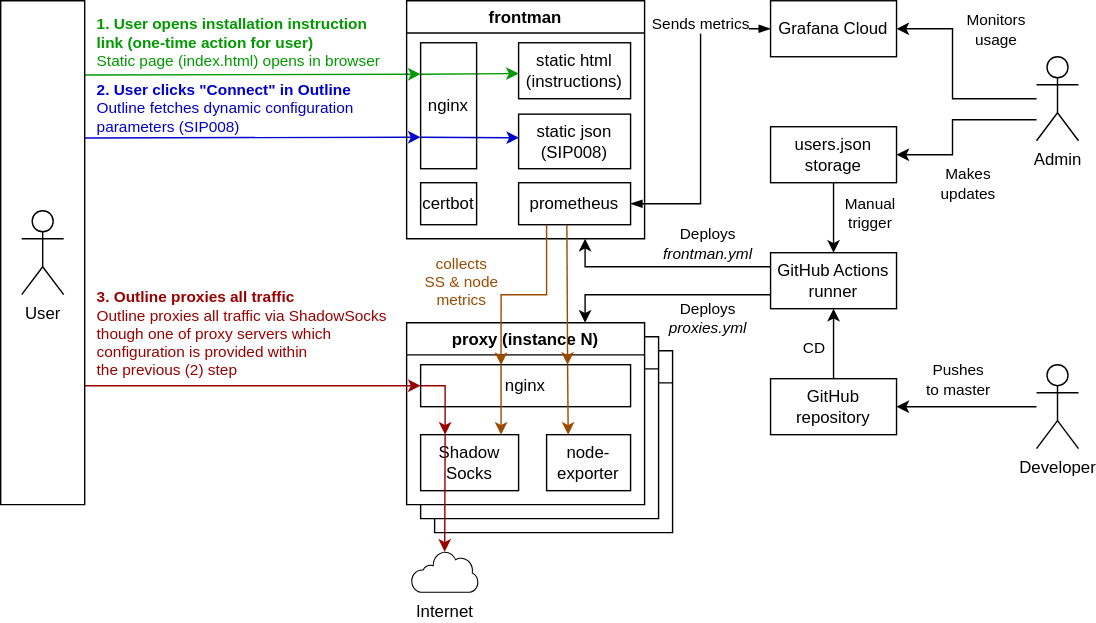
Earlier version of the draw.io export diagram.svg (ed-asriyan/proxy-server). Source tidied: cells renumbered, new cells last; positions are measured from the earlier drawing's top-left corner, leaving out a move shared by most shapes.
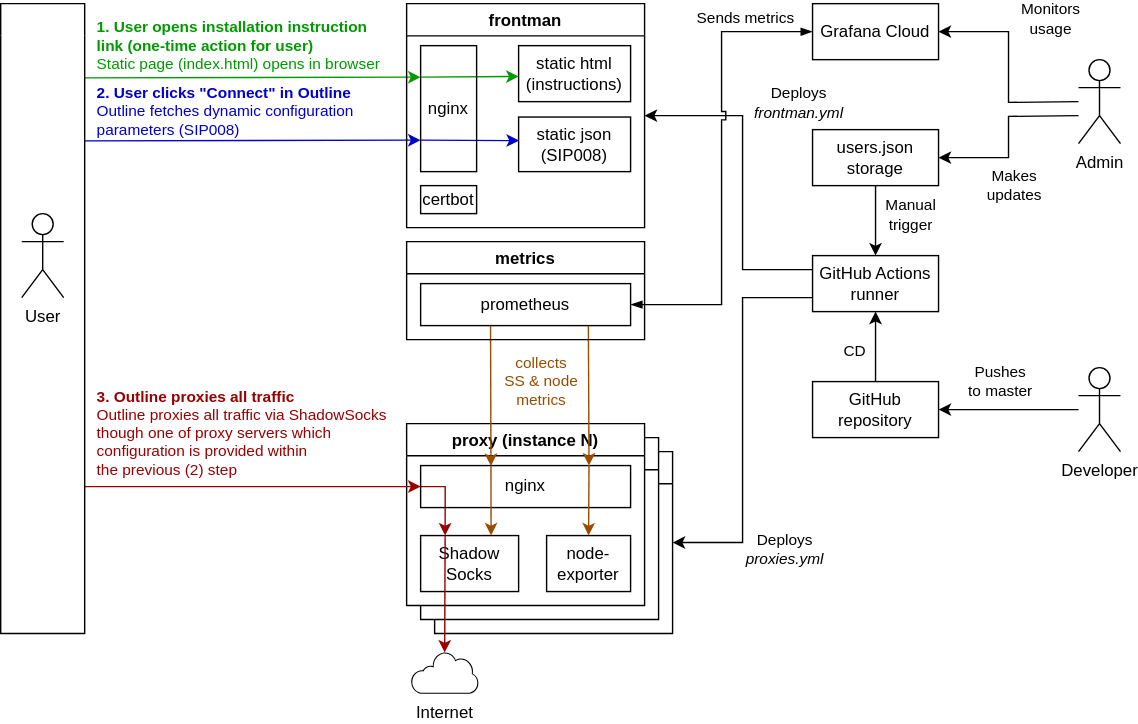
The same diagram one commit later.

Commit message:
Move prometheus in new "metrics" host

Diff of the diagram source:
```diff
@@ -3,17 +3,22 @@
     <mxCell id="0" />
     <mxCell id="1" parent="0" />
     <mxCell id="2" value="proxy (instance N-2)" style="swimlane;fillColor=default;labelBackgroundColor=none;gradientColor=none;swimlaneFillColor=#FFFFFF;" parent="1" vertex="1">
-      <mxGeometry x="310" y="250" width="170" height="130" as="geometry" />
+      <mxGeometry x="310" y="320" width="170" height="130" as="geometry" />
     </mxCell>
     <mxCell id="3" value="proxy (instance N-1)" style="swimlane;fillColor=default;labelBackgroundColor=none;gradientColor=none;swimlaneFillColor=#FFFFFF;" parent="1" vertex="1">
-      <mxGeometry x="300" y="240" width="170" height="130" as="geometry" />
+      <mxGeometry x="300" y="310" width="170" height="130" as="geometry" />
     </mxCell>
-    <mxCell id="4" style="endArrow=classic;html=1;rounded=0;exitX=0;exitY=0.25;exitDx=0;exitDy=0;edgeStyle=orthogonalEdgeStyle;entryX=0.75;entryY=1;entryDx=0;entryDy=0;" parent="1" edge="1" source="40" target="19">
-      <mxGeometry relative="1" as="geometry" />
+    <mxCell id="4" style="endArrow=classic;html=1;rounded=0;exitX=0;exitY=0.25;exitDx=0;exitDy=0;edgeStyle=orthogonalEdgeStyle;entryX=1;entryY=0.5;entryDx=0;entryDy=0;" parent="1" edge="1" source="40" target="19">
+      <mxGeometry relative="1" as="geometry">
+        <Array as="points">
+          <mxPoint x="530" y="190" />
+          <mxPoint x="530" y="80" />
+        </Array>
+      </mxGeometry>
     </mxCell>
     <mxCell id="5" value="Deploys&lt;br&gt;&lt;i&gt;frontman.yml&lt;/i&gt;" style="edgeLabel;html=1;align=center;verticalAlign=middle;labelBackgroundColor=default;" parent="4" vertex="1">
       <mxGeometry x="0.16" y="-1" relative="1" as="geometry">
-        <mxPoint x="43" y="-16" as="offset" />
+        <mxPoint x="39" y="-36" as="offset" />
       </mxGeometry>
     </mxCell>
     <mxCell id="6" style="endArrow=classic;html=1;rounded=0;fontColor=#009900;strokeColor=#009900;entryX=0;entryY=0.25;entryDx=0;entryDy=0;" parent="1" edge="1" target="24">
@@ -37,7 +42,7 @@
       </mxGeometry>
     </mxCell>
     <mxCell id="10" value="proxy (instance N)" style="swimlane;fillColor=default;labelBackgroundColor=none;gradientColor=none;swimlaneFillColor=#FFFFFF;" parent="1" vertex="1">
-      <mxGeometry x="290" y="230" width="170" height="130" as="geometry" />
+      <mxGeometry x="290" y="300" width="170" height="130" as="geometry" />
     </mxCell>
     <mxCell id="11" value="&lt;div&gt;Shadow&lt;/div&gt;&lt;div&gt;Socks&lt;/div&gt;" style="whiteSpace=wrap;html=1;fillColor=none;" parent="10" vertex="1">
       <mxGeometry x="10" y="80" width="70" height="40" as="geometry" />
@@ -51,17 +56,15 @@
     <mxCell id="14" value="nginx" style="rounded=0;whiteSpace=wrap;html=1;fillColor=none;" parent="10" vertex="1">
       <mxGeometry x="10" y="30" width="150" height="30" as="geometry" />
     </mxCell>
-    <mxCell id="15" style="endArrow=classic;html=1;rounded=0;strokeColor=#994C00;entryX=0.821;entryY=0.002;entryDx=0;entryDy=0;exitX=0.383;exitY=0.014;exitDx=0;exitDy=0;exitPerimeter=0;entryPerimeter=0;" parent="10" edge="1" source="14" target="11">
+    <mxCell id="15" style="endArrow=classic;html=1;rounded=0;strokeColor=#994C00;exitX=0.335;exitY=0.015;exitDx=0;exitDy=0;exitPerimeter=0;entryX=0.719;entryY=-0.001;entryDx=0;entryDy=0;entryPerimeter=0;" parent="10" edge="1" source="14" target="11">
       <mxGeometry relative="1" as="geometry" />
     </mxCell>
-    <mxCell id="16" style="endArrow=classic;html=1;rounded=0;strokeColor=#994C00;entryX=0.257;entryY=0.001;entryDx=0;entryDy=0;entryPerimeter=0;" parent="10" edge="1" target="12">
-      <mxGeometry relative="1" as="geometry">
-        <mxPoint x="115" y="30" as="sourcePoint" />
-      </mxGeometry>
+    <mxCell id="16" style="endArrow=classic;html=1;rounded=0;strokeColor=#994C00;entryX=0.5;entryY=0;entryDx=0;entryDy=0;exitX=0.802;exitY=-0.013;exitDx=0;exitDy=0;exitPerimeter=0;" parent="10" edge="1" source="14" target="12">
+      <mxGeometry relative="1" as="geometry" />
     </mxCell>
     <mxCell id="17" style="endArrow=classic;html=1;rounded=0;entryX=0;entryY=0.5;entryDx=0;entryDy=0;fontColor=#990000;strokeColor=#990000;" parent="1" edge="1" target="14">
       <mxGeometry relative="1" as="geometry">
-        <mxPoint x="60" y="275" as="sourcePoint" />
+        <mxPoint x="60" y="345" as="sourcePoint" />
       </mxGeometry>
     </mxCell>
     <mxCell id="18" value="&lt;div style=&quot;&quot;&gt;&lt;b&gt;3. Outline proxies all traffic&amp;nbsp;&lt;/b&gt;&lt;/div&gt;&lt;div style=&quot;&quot;&gt;Outline proxies all traffic via ShadowSocks&lt;/div&gt;&lt;div style=&quot;&quot;&gt;though one of proxy servers which&lt;/div&gt;&lt;div style=&quot;&quot;&gt;configuration is provided within&lt;/div&gt;&lt;div style=&quot;&quot;&gt;the previous (2) step&lt;/div&gt;" style="edgeLabel;html=1;align=left;verticalAlign=middle;fontColor=#990000;labelBackgroundColor=none;" parent="17" vertex="1">
@@ -70,7 +73,7 @@
       </mxGeometry>
     </mxCell>
     <mxCell id="19" value="frontman" style="swimlane;strokeColor=default;swimlaneLine=1;fillColor=none;labelBackgroundColor=none;" parent="1" vertex="1">
-      <mxGeometry x="290" width="170" height="170" as="geometry" />
+      <mxGeometry x="290" width="170" height="160" as="geometry" />
     </mxCell>
     <mxCell id="20" value="static html (instructions)" style="whiteSpace=wrap;html=1;fillColor=none;" parent="19" vertex="1">
       <mxGeometry x="80" y="30" width="80" height="40" as="geometry" />
@@ -87,22 +90,17 @@
     <mxCell id="24" value="nginx" style="rounded=0;whiteSpace=wrap;html=1;fillColor=none;" parent="19" vertex="1">
       <mxGeometry x="10" y="30" width="40" height="90" as="geometry" />
     </mxCell>
-    <mxCell id="25" value="prometheus" style="whiteSpace=wrap;html=1;fillColor=none;" parent="19" vertex="1">
-      <mxGeometry x="80" y="130" width="80" height="30" as="geometry" />
-    </mxCell>
     <mxCell id="26" value="certbot" style="rounded=0;whiteSpace=wrap;html=1;fillColor=none;" parent="19" vertex="1">
-      <mxGeometry x="10" y="130" width="40" height="30" as="geometry" />
+      <mxGeometry x="10" y="130" width="40" height="20" as="geometry" />
     </mxCell>
     <mxCell id="27" style="swimlane;strokeColor=default;swimlaneLine=0;fillColor=none;labelBackgroundColor=default;" parent="1" vertex="1">
-      <mxGeometry width="60" height="360" as="geometry" />
+      <mxGeometry width="60" height="450" as="geometry" />
     </mxCell>
     <mxCell id="28" value="User" style="shape=umlActor;verticalLabelPosition=bottom;verticalAlign=top;html=1;fillColor=none;" parent="27" vertex="1">
       <mxGeometry x="15" y="150" width="30" height="60" as="geometry" />
     </mxCell>
     <mxCell id="29" value="Sends metrics" style="edgeStyle=orthogonalEdgeStyle;rounded=0;jettySize=auto;html=1;entryX=1;entryY=0.5;entryDx=0;entryDy=0;jumpStyle=sharp;startArrow=blockThin;startFill=1;endArrow=blockThin;endFill=1;exitX=0;exitY=0.5;exitDx=0;exitDy=0;labelBackgroundColor=default;" parent="1" edge="1" source="42" target="25">
-      <mxGeometry x="-0.49" y="-10" relative="1" as="geometry">
-        <mxPoint x="10" y="-10" as="offset" />
-      </mxGeometry>
+      <mxGeometry x="-0.7" y="-10" relative="1" as="geometry" />
     </mxCell>
     <mxCell id="30" style="edgeStyle=orthogonalEdgeStyle;rounded=0;jettySize=auto;html=1;entryX=0.5;entryY=1;entryDx=0;entryDy=0;exitX=0.5;exitY=0;exitDx=0;exitDy=0;" parent="1" edge="1" source="41" target="40">
       <mxGeometry relative="1" as="geometry" />
@@ -112,23 +110,20 @@
         <mxPoint x="-13" y="-2" as="offset" />
       </mxGeometry>
     </mxCell>
-    <mxCell id="32" style="endArrow=classic;html=1;rounded=0;entryX=0.75;entryY=0;entryDx=0;entryDy=0;exitX=0;exitY=0.75;exitDx=0;exitDy=0;edgeStyle=orthogonalEdgeStyle;" parent="1" edge="1" source="40" target="10">
+    <mxCell id="32" style="endArrow=classic;html=1;rounded=0;entryX=1;entryY=0.5;entryDx=0;entryDy=0;exitX=0;exitY=0.75;exitDx=0;exitDy=0;edgeStyle=orthogonalEdgeStyle;" parent="1" edge="1" source="40" target="2">
       <mxGeometry relative="1" as="geometry" />
     </mxCell>
     <mxCell id="33" value="Deploys&lt;br&gt;&lt;i&gt;proxies.yml&lt;/i&gt;" style="edgeLabel;html=1;align=center;verticalAlign=middle;labelBackgroundColor=default;" parent="32" vertex="1">
       <mxGeometry x="-0.04" y="1" relative="1" as="geometry">
-        <mxPoint x="27" y="15" as="offset" />
+        <mxPoint x="29" y="98" as="offset" />
       </mxGeometry>
     </mxCell>
     <mxCell id="34" value="Admin" style="shape=umlActor;verticalLabelPosition=bottom;verticalAlign=top;html=1;fillColor=none;" parent="1" vertex="1">
-      <mxGeometry x="740" y="40" width="30" height="60" as="geometry" />
+      <mxGeometry x="770" y="40" width="30" height="60" as="geometry" />
     </mxCell>
-    <mxCell id="35" style="endArrow=classic;html=1;rounded=0;entryX=1;entryY=0.5;entryDx=0;entryDy=0;edgeStyle=orthogonalEdgeStyle;" parent="1" edge="1" source="34" target="42">
+    <mxCell id="35" style="endArrow=classic;html=1;rounded=0;entryX=1;entryY=0.5;entryDx=0;entryDy=0;edgeStyle=orthogonalEdgeStyle;" parent="1" edge="1" target="42">
       <mxGeometry relative="1" as="geometry">
-        <Array as="points">
-          <mxPoint x="680" y="70" />
-          <mxPoint x="680" y="20" />
-        </Array>
+        <mxPoint x="770" y="70" as="sourcePoint" />
       </mxGeometry>
     </mxCell>
     <mxCell id="36" value="Monitors&lt;br&gt;usage" style="edgeLabel;html=1;align=center;verticalAlign=middle;" parent="35" vertex="1">
@@ -137,7 +132,7 @@
       </mxGeometry>
     </mxCell>
     <mxCell id="37" value="Developer" style="shape=umlActor;verticalLabelPosition=bottom;verticalAlign=top;html=1;fillColor=none;" parent="1" vertex="1">
-      <mxGeometry x="740" y="260" width="30" height="60" as="geometry" />
+      <mxGeometry x="770" y="260" width="30" height="60" as="geometry" />
     </mxCell>
     <mxCell id="38" style="endArrow=classic;html=1;rounded=0;entryX=1;entryY=0.5;entryDx=0;entryDy=0;" parent="1" edge="1" source="37" target="41">
       <mxGeometry relative="1" as="geometry" />
@@ -148,30 +143,27 @@
       </mxGeometry>
     </mxCell>
     <mxCell id="40" value="GitHub Actions&lt;br&gt;runner" style="rounded=0;whiteSpace=wrap;html=1;fillColor=none;" parent="1" vertex="1">
-      <mxGeometry x="550" y="180" width="90" height="40" as="geometry" />
+      <mxGeometry x="580" y="180" width="90" height="40" as="geometry" />
     </mxCell>
     <mxCell id="41" value="GitHub&lt;br&gt;repository" style="rounded=0;whiteSpace=wrap;html=1;fillColor=none;" parent="1" vertex="1">
-      <mxGeometry x="550" y="270" width="90" height="40" as="geometry" />
+      <mxGeometry x="580" y="270" width="90" height="40" as="geometry" />
     </mxCell>
     <mxCell id="42" value="Grafana Cloud" style="rounded=0;whiteSpace=wrap;html=1;fillColor=none;" parent="1" vertex="1">
-      <mxGeometry x="550" width="90" height="40" as="geometry" />
+      <mxGeometry x="580" width="90" height="40" as="geometry" />
     </mxCell>
-    <mxCell id="43" style="rounded=0;orthogonalLoop=1;jettySize=auto;html=1;exitX=0.431;exitY=1.004;exitDx=0;exitDy=0;strokeColor=#994C00;exitPerimeter=0;" parent="1" edge="1">
-      <mxGeometry relative="1" as="geometry">
-        <mxPoint x="404.5" y="160.1" as="sourcePoint" />
-        <mxPoint x="405" y="260" as="targetPoint" />
-      </mxGeometry>
+    <mxCell id="43" style="rounded=0;jettySize=auto;html=1;exitX=0.799;exitY=1.011;exitDx=0;exitDy=0;strokeColor=#994C00;exitPerimeter=0;entryX=0.802;entryY=0;entryDx=0;entryDy=0;entryPerimeter=0;" parent="1" edge="1" source="25" target="14">
+      <mxGeometry relative="1" as="geometry" />
     </mxCell>
-    <mxCell id="44" style="endArrow=classic;html=1;rounded=0;strokeColor=#994C00;entryX=0.383;entryY=0.009;entryDx=0;entryDy=0;exitX=0.25;exitY=1;exitDx=0;exitDy=0;edgeStyle=orthogonalEdgeStyle;entryPerimeter=0;" parent="1" edge="1" source="25" target="14">
+    <mxCell id="44" style="endArrow=classic;html=1;rounded=0;strokeColor=#994C00;entryX=0.335;entryY=0.011;entryDx=0;entryDy=0;exitX=0.333;exitY=0.981;exitDx=0;exitDy=0;entryPerimeter=0;exitPerimeter=0;" parent="1" edge="1" source="25" target="14">
       <mxGeometry relative="1" as="geometry" />
     </mxCell>
     <mxCell id="45" value="&lt;div&gt;collects&lt;/div&gt;&lt;div&gt;SS &amp;amp; node&lt;/div&gt;&lt;div&gt;metrics&lt;/div&gt;" style="edgeLabel;html=1;align=center;verticalAlign=middle;fontColor=#994C00;" parent="44" vertex="1">
       <mxGeometry x="0.08" y="1" relative="1" as="geometry">
-        <mxPoint x="-40" y="-11" as="offset" />
+        <mxPoint x="34" y="-14" as="offset" />
       </mxGeometry>
     </mxCell>
     <mxCell id="46" value="Internet" style="sketch=0;shadow=0;dashed=0;html=1;strokeColor=none;labelPosition=center;verticalLabelPosition=bottom;verticalAlign=top;align=center;fillColor=#000000;shape=mxgraph.mscae.enterprise.internet_hollow;" parent="1" vertex="1">
-      <mxGeometry x="293" y="393" width="48.4" height="30" as="geometry" />
+      <mxGeometry x="293" y="463" width="48.4" height="30" as="geometry" />
     </mxCell>
     <mxCell id="47" style="rounded=0;jettySize=auto;html=1;strokeColor=#990000;exitX=0.25;exitY=0;exitDx=0;exitDy=0;entryX=0.5;entryY=0.02;entryDx=0;entryDy=0;entryPerimeter=0;" parent="1" edge="1" source="11" target="46">
       <mxGeometry relative="1" as="geometry" />
@@ -188,20 +180,23 @@
       </mxGeometry>
     </mxCell>
     <mxCell id="51" value="&lt;div&gt;users.json storage&lt;br&gt;&lt;/div&gt;" style="rounded=0;whiteSpace=wrap;html=1;fillColor=none;" parent="1" vertex="1">
-      <mxGeometry x="550" y="90" width="90" height="40" as="geometry" />
+      <mxGeometry x="580" y="90" width="90" height="40" as="geometry" />
     </mxCell>
-    <mxCell id="52" style="endArrow=classic;html=1;rounded=0;entryX=1;entryY=0.5;entryDx=0;entryDy=0;edgeStyle=orthogonalEdgeStyle;" parent="1" edge="1" source="34" target="51">
+    <mxCell id="52" style="endArrow=classic;html=1;rounded=0;entryX=1;entryY=0.5;entryDx=0;entryDy=0;edgeStyle=orthogonalEdgeStyle;" parent="1" edge="1" target="51">
       <mxGeometry relative="1" as="geometry">
-        <Array as="points">
-          <mxPoint x="680" y="85" />
-          <mxPoint x="680" y="110" />
-        </Array>
+        <mxPoint x="770" y="80" as="sourcePoint" />
       </mxGeometry>
     </mxCell>
     <mxCell id="53" value="&lt;div&gt;Makes&lt;/div&gt;&lt;div&gt;updates&lt;/div&gt;" style="edgeLabel;html=1;align=center;verticalAlign=middle;" parent="52" vertex="1">
       <mxGeometry x="0.29" y="2" relative="1" as="geometry">
-        <mxPoint x="8" y="24" as="offset" />
+        <mxPoint x="8" y="18" as="offset" />
       </mxGeometry>
     </mxCell>
+    <mxCell id="54" value="metrics" style="swimlane;strokeColor=default;swimlaneLine=1;fillColor=none;labelBackgroundColor=none;" parent="1" vertex="1">
+      <mxGeometry x="290" y="170" width="170" height="70" as="geometry" />
+    </mxCell>
+    <mxCell id="25" value="prometheus" style="whiteSpace=wrap;html=1;fillColor=none;" parent="54" vertex="1">
+      <mxGeometry x="10" y="30" width="150" height="30" as="geometry" />
+    </mxCell>
   </root>
 </mxGraphModel>
```
